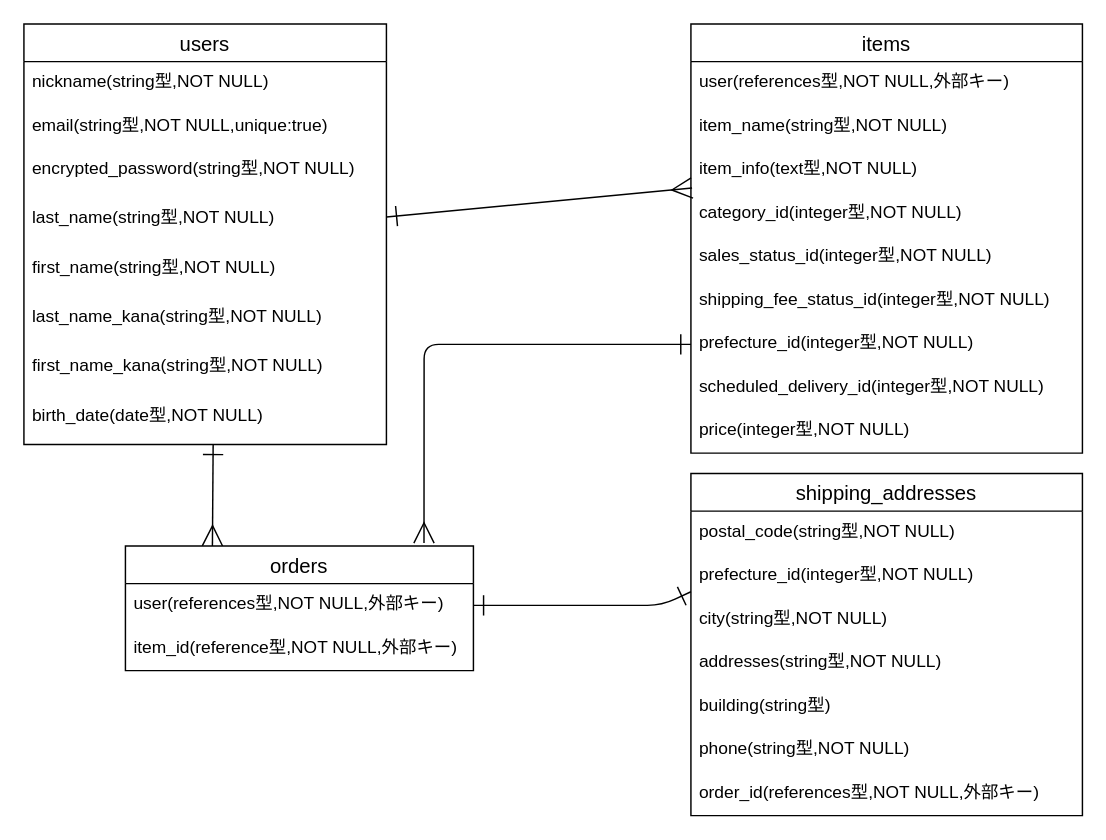
The draw.io diagram app/controllers/furima.dio in yusukeooy/furima-39868, before the edit. Source tidied: cells renumbered, new cells numbered last; positions are measured from the earlier drawing's top-left corner, leaving out a move shared by most shapes. Both pictures are drawn from the tidied source at 145%, with x=0, y=0 at pixel (23, 23).
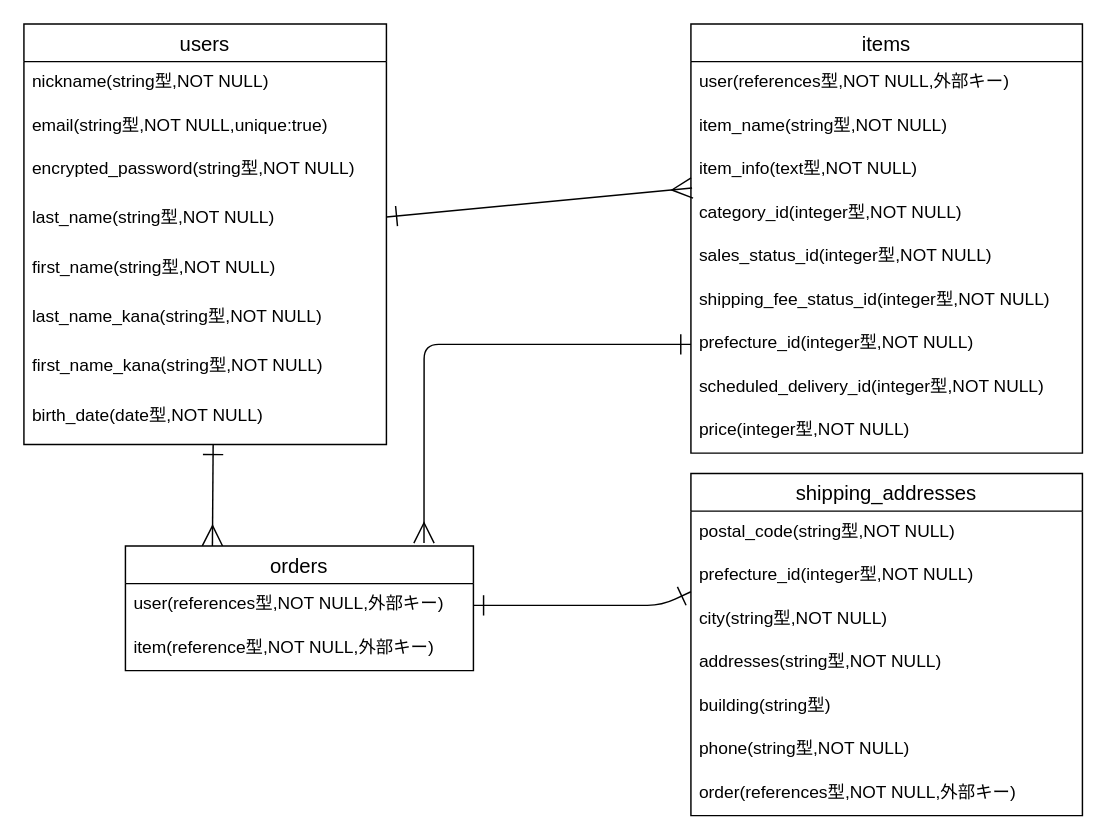
After the change.

Commit message (it also covers changes not shown here):
データベース設計の修正③

The change refers to these unchanged cells:
```xml
<mxCell id="23" value="orders" style="swimlane;fontStyle=0;horizontal=1;startSize=26;align=center;fontSize=14;" parent="1" vertex="1">
  <mxGeometry x="70" y="360" width="240" height="86" as="geometry" />
</mxCell>
<mxCell id="26" value="shipping_addresses" style="swimlane;fontStyle=0;horizontal=1;startSize=26;align=center;fontSize=14;" parent="1" vertex="1">
  <mxGeometry x="460" y="310" width="270" height="236" as="geometry" />
</mxCell>
```

Diff of the diagram source:
```diff
@@
-    <mxCell id="25" value="item_id(reference型,NOT NULL,外部キー)&#10;" style="text;strokeColor=none;fillColor=none;spacingLeft=4;spacingRight=4;overflow=hidden;fontSize=12;" parent="23" vertex="1">
+    <mxCell id="25" value="item(reference型,NOT NULL,外部キー)&#10;" style="text;strokeColor=none;fillColor=none;spacingLeft=4;spacingRight=4;overflow=hidden;fontSize=12;" parent="23" vertex="1">
       <mxGeometry y="56" width="240" height="30" as="geometry" />
     </mxCell>
@@
-    <mxCell id="33" value="order_id(references型,NOT NULL,外部キー)" style="text;strokeColor=none;fillColor=none;spacingLeft=4;spacingRight=4;overflow=hidden;fontSize=12;" parent="26" vertex="1">
+    <mxCell id="33" value="order(references型,NOT NULL,外部キー)" style="text;strokeColor=none;fillColor=none;spacingLeft=4;spacingRight=4;overflow=hidden;fontSize=12;" parent="26" vertex="1">
       <mxGeometry y="206" width="270" height="30" as="geometry" />
     </mxCell>
```
